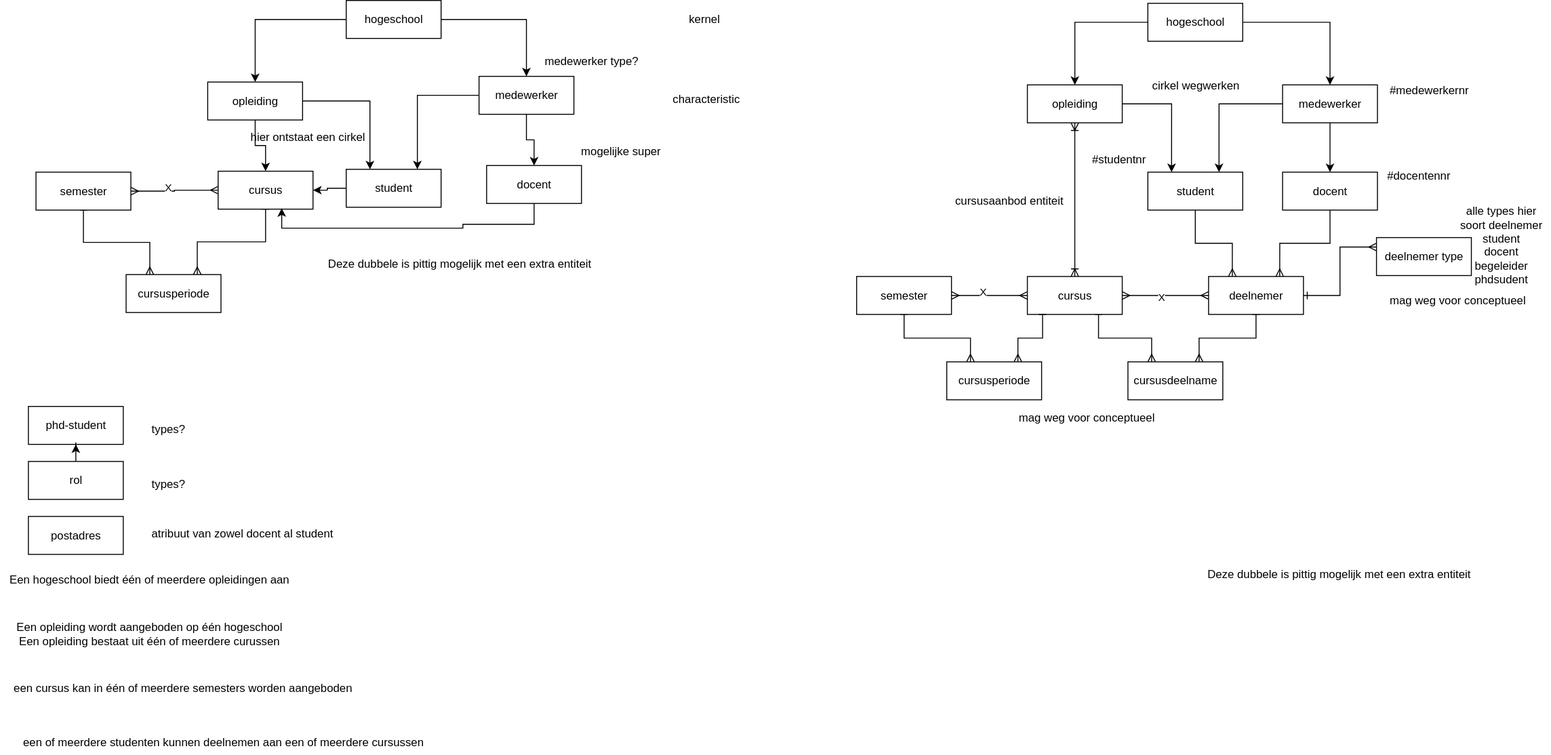
Jterveld/draw.io-modellen keeps this draw.io diagram as oefenen met schoolsystemen.svg. Above is the earlier version. Source tidied: cells renumbered, new cells last; positions are measured from the earlier drawing's top-left corner, leaving out a move shared by most shapes.
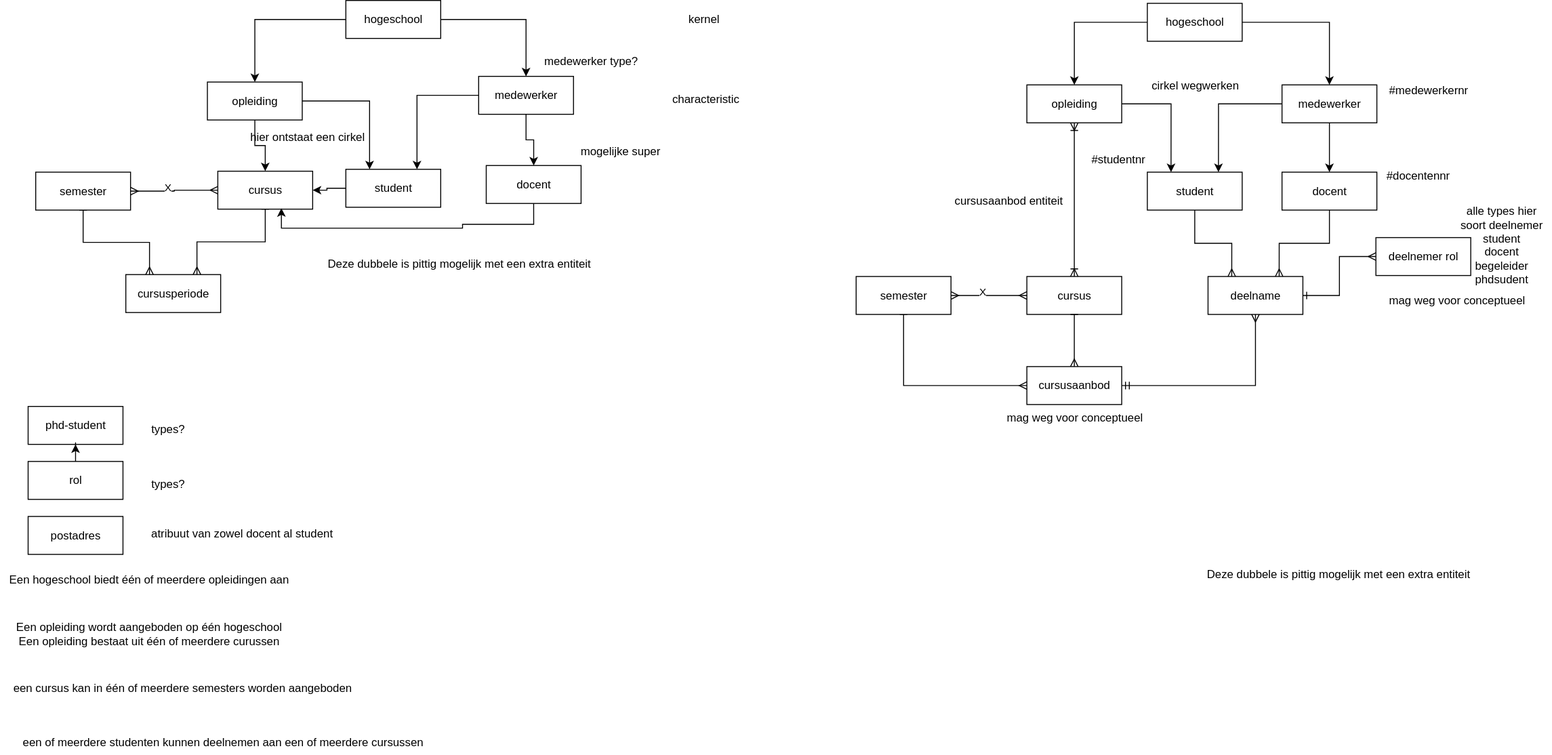
Above is the later version.

Diff of the diagram source:
```diff
@@ -120,30 +120,18 @@
     <mxCell id="38" value="atribuut van zowel docent al student" style="text;html=1;align=center;verticalAlign=middle;strokeColor=none;fillColor=none;" parent="1" vertex="1">
       <mxGeometry x="150" y="549" width="209" height="26" as="geometry" />
     </mxCell>
-    <mxCell id="39" style="edgeStyle=orthogonalEdgeStyle;rounded=0;jettySize=auto;html=1;endArrow=ERmany;endFill=0;startArrow=ERmany;startFill=0;" parent="1" edge="1" source="42" target="45">
+    <mxCell id="39" style="edgeStyle=orthogonalEdgeStyle;rounded=0;jettySize=auto;html=1;endArrow=ERmany;endFill=0;startArrow=ERmandOne;startFill=0;exitX=1;exitY=0.5;exitDx=0;exitDy=0;" parent="1" edge="1" source="63" target="45">
       <mxGeometry relative="1" as="geometry" />
     </mxCell>
-    <mxCell id="40" value="X" style="edgeLabel;html=1;align=center;verticalAlign=middle;" parent="39" vertex="1">
-      <mxGeometry x="-0.11" y="-2" relative="1" as="geometry" />
-    </mxCell>
-    <mxCell id="41" style="edgeStyle=orthogonalEdgeStyle;rounded=0;jettySize=auto;html=1;entryX=0.25;entryY=0;entryDx=0;entryDy=0;endArrow=ERmany;endFill=0;startArrow=baseDash;startFill=0;exitX=0.75;exitY=1;exitDx=0;exitDy=0;" parent="1" edge="1" source="42" target="46">
-      <mxGeometry relative="1" as="geometry" />
-    </mxCell>
     <mxCell id="42" value="cursus" style="whiteSpace=wrap;html=1;align=center;" parent="1" vertex="1">
       <mxGeometry x="1083" y="291" width="100" height="40" as="geometry" />
     </mxCell>
-    <mxCell id="43" style="edgeStyle=orthogonalEdgeStyle;rounded=0;jettySize=auto;html=1;entryX=0.75;entryY=0;entryDx=0;entryDy=0;startArrow=baseDash;startFill=0;endArrow=ERmany;endFill=0;" parent="1" edge="1" source="45" target="46">
-      <mxGeometry relative="1" as="geometry" />
-    </mxCell>
-    <mxCell id="44" style="edgeStyle=orthogonalEdgeStyle;rounded=0;jettySize=auto;html=1;entryX=0;entryY=0.25;entryDx=0;entryDy=0;endArrow=ERmany;endFill=0;startArrow=ERone;startFill=0;" parent="1" edge="1" source="45" target="68">
+    <mxCell id="44" style="edgeStyle=orthogonalEdgeStyle;rounded=0;jettySize=auto;html=1;endArrow=ERmany;endFill=0;startArrow=ERone;startFill=0;entryX=0;entryY=0.5;entryDx=0;entryDy=0;" parent="1" edge="1" source="45" target="68">
       <mxGeometry relative="1" as="geometry" />
     </mxCell>
-    <mxCell id="45" value="deelnemer" style="whiteSpace=wrap;html=1;align=center;" parent="1" vertex="1">
+    <mxCell id="45" value="deelname" style="whiteSpace=wrap;html=1;align=center;" parent="1" vertex="1">
       <mxGeometry x="1274" y="291" width="100" height="40" as="geometry" />
     </mxCell>
-    <mxCell id="46" value="cursusdeelname" style="whiteSpace=wrap;html=1;align=center;" parent="1" vertex="1">
-      <mxGeometry x="1189" y="381" width="100" height="40" as="geometry" />
-    </mxCell>
     <mxCell id="47" style="edgeStyle=orthogonalEdgeStyle;rounded=0;jettySize=auto;html=1;endArrow=ERoneToMany;endFill=0;startArrow=ERoneToMany;startFill=0;" parent="1" edge="1" source="48" target="42">
       <mxGeometry relative="1" as="geometry" />
     </mxCell>
@@ -171,7 +159,7 @@
     <mxCell id="55" value="X" style="edgeLabel;html=1;align=center;verticalAlign=middle;" parent="54" vertex="1">
       <mxGeometry x="0.18" y="-4" relative="1" as="geometry" />
     </mxCell>
-    <mxCell id="56" style="edgeStyle=orthogonalEdgeStyle;rounded=0;jettySize=auto;html=1;entryX=0.75;entryY=0;entryDx=0;entryDy=0;endArrow=ERmany;endFill=0;startArrow=baseDash;startFill=0;exitX=0.16;exitY=1;exitDx=0;exitDy=0;exitPerimeter=0;" parent="1" edge="1" source="42" target="63">
+    <mxCell id="56" style="edgeStyle=orthogonalEdgeStyle;rounded=0;jettySize=auto;html=1;endArrow=ERmany;endFill=0;startArrow=baseDash;startFill=0;exitX=0.5;exitY=1;exitDx=0;exitDy=0;entryX=0.5;entryY=0;entryDx=0;entryDy=0;" parent="1" edge="1" source="42" target="63">
       <mxGeometry relative="1" as="geometry" />
     </mxCell>
     <mxCell id="57" style="edgeStyle=orthogonalEdgeStyle;rounded=0;jettySize=auto;html=1;entryX=0.75;entryY=0;entryDx=0;entryDy=0;endArrow=ERmany;endFill=0;" parent="1" edge="1" source="58" target="45">
@@ -186,14 +174,14 @@
     <mxCell id="60" value="medewerker" style="whiteSpace=wrap;html=1;align=center;" parent="1" vertex="1">
       <mxGeometry x="1352" y="89" width="100" height="40" as="geometry" />
     </mxCell>
-    <mxCell id="61" style="edgeStyle=orthogonalEdgeStyle;rounded=0;jettySize=auto;html=1;entryX=0.25;entryY=0;entryDx=0;entryDy=0;endArrow=ERmany;endFill=0;startArrow=baseDash;startFill=0;" parent="1" edge="1" source="62" target="63">
+    <mxCell id="61" style="edgeStyle=orthogonalEdgeStyle;rounded=0;jettySize=auto;html=1;entryX=0;entryY=0.5;entryDx=0;entryDy=0;endArrow=ERmany;endFill=0;startArrow=baseDash;startFill=0;exitX=0.5;exitY=1;exitDx=0;exitDy=0;" parent="1" edge="1" source="62" target="63">
       <mxGeometry relative="1" as="geometry" />
     </mxCell>
     <mxCell id="62" value="semester" style="whiteSpace=wrap;html=1;align=center;" parent="1" vertex="1">
       <mxGeometry x="903" y="291" width="100" height="40" as="geometry" />
     </mxCell>
-    <mxCell id="63" value="cursusperiode" style="whiteSpace=wrap;html=1;align=center;" parent="1" vertex="1">
-      <mxGeometry x="998" y="381" width="100" height="40" as="geometry" />
+    <mxCell id="63" value="cursusaanbod" style="whiteSpace=wrap;html=1;align=center;" parent="1" vertex="1">
+      <mxGeometry x="1083" y="386" width="100" height="40" as="geometry" />
     </mxCell>
     <mxCell id="64" style="edgeStyle=orthogonalEdgeStyle;rounded=0;jettySize=auto;html=1;entryX=0.25;entryY=0;entryDx=0;entryDy=0;" parent="1" edge="1" source="48" target="53">
       <mxGeometry relative="1" as="geometry" />
@@ -207,11 +195,11 @@
     <mxCell id="67" value="cirkel wegwerken" style="text;html=1;align=center;verticalAlign=middle;strokeColor=none;fillColor=none;" parent="1" vertex="1">
       <mxGeometry x="1205" y="77" width="110" height="26" as="geometry" />
     </mxCell>
-    <mxCell id="68" value="deelnemer type" style="whiteSpace=wrap;html=1;align=center;" parent="1" vertex="1">
+    <mxCell id="68" value="deelnemer rol" style="whiteSpace=wrap;html=1;align=center;" parent="1" vertex="1">
       <mxGeometry x="1451" y="250" width="100" height="40" as="geometry" />
     </mxCell>
     <mxCell id="69" value="alle types hier&lt;div&gt;soort deelnemer&lt;/div&gt;&lt;div&gt;student&lt;/div&gt;&lt;div&gt;docent&lt;/div&gt;&lt;div&gt;begeleider&lt;/div&gt;&lt;div&gt;phdsudent&lt;/div&gt;&lt;div&gt;&lt;br&gt;&lt;/div&gt;" style="text;html=1;align=center;verticalAlign=middle;strokeColor=none;fillColor=none;" parent="1" vertex="1">
-      <mxGeometry x="1529" y="208" width="105" height="113" as="geometry" />
+      <mxGeometry x="1530" y="208" width="105" height="113" as="geometry" />
     </mxCell>
     <mxCell id="70" value="#docentennr" style="text;html=1;align=center;verticalAlign=middle;strokeColor=none;fillColor=none;" parent="1" vertex="1">
       <mxGeometry x="1452" y="172" width="85" height="26" as="geometry" />
@@ -226,7 +214,7 @@
       <mxGeometry x="1456" y="303" width="161" height="26" as="geometry" />
     </mxCell>
     <mxCell id="74" value="mag weg voor conceptueel" style="text;html=1;align=center;verticalAlign=middle;strokeColor=none;fillColor=none;" parent="1" vertex="1">
-      <mxGeometry x="1064" y="427" width="161" height="26" as="geometry" />
+      <mxGeometry x="1052.5" y="427" width="161" height="26" as="geometry" />
     </mxCell>
     <mxCell id="75" value="cursusaanbod entiteit&amp;nbsp;" style="text;html=1;align=center;verticalAlign=middle;strokeColor=none;fillColor=none;" parent="1" vertex="1">
       <mxGeometry x="997" y="198" width="135" height="26" as="geometry" />
```
